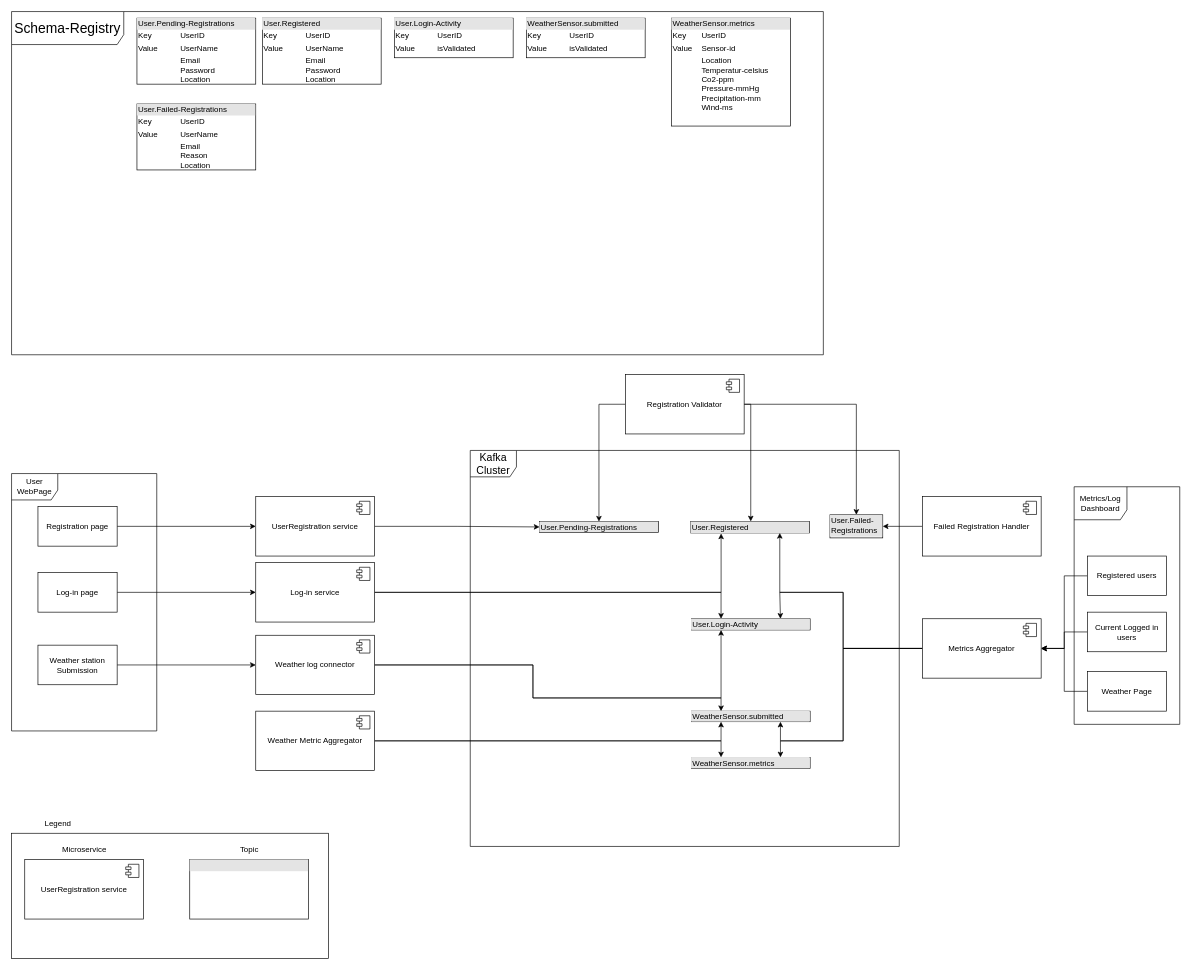
Before: architecture.drawio in OthelloEngineer/Kafka-traffic-dashboard-project, a draw.io diagram. Source tidied: cells renumbered, new cells numbered last; positions are measured from the earlier drawing's top-left corner, leaving out a move shared by most shapes. Both pictures are drawn from the tidied source at 66%, with x=0, y=0 at pixel (11, 11).
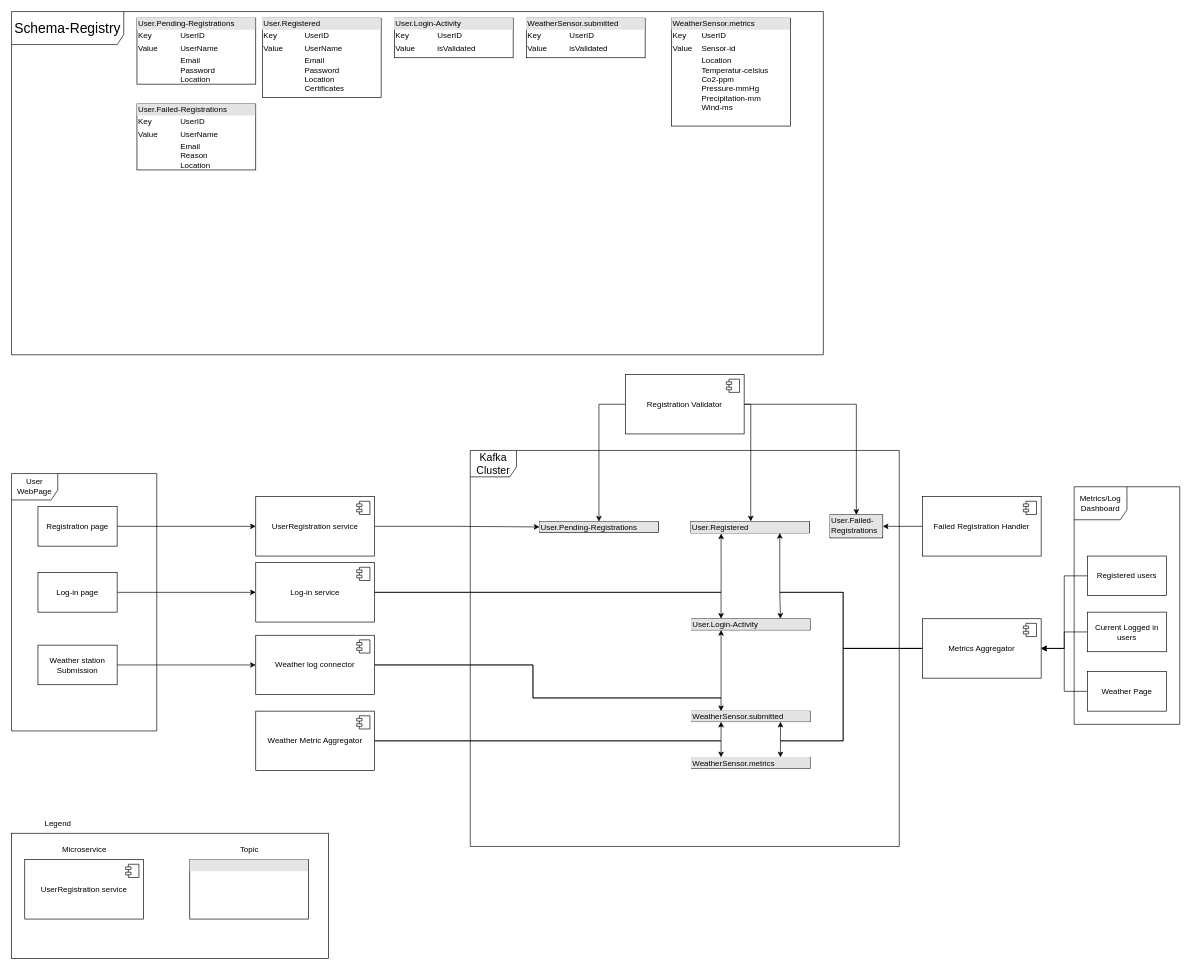
The same page after the edit.

Change to the diagram source:
```diff
@@
-    <mxCell id="60" value="&lt;div style=&quot;box-sizing:border-box;width:100%;background:#e4e4e4;padding:2px;&quot;&gt;User.Registered&lt;/div&gt;&lt;table style=&quot;width:100%;font-size:1em;&quot; cellpadding=&quot;2&quot; cellspacing=&quot;0&quot;&gt;&lt;tbody&gt;&lt;tr&gt;&lt;td&gt;Key&lt;/td&gt;&lt;td&gt;UserID&lt;/td&gt;&lt;/tr&gt;&lt;tr&gt;&lt;td&gt;Value&lt;/td&gt;&lt;td&gt;UserName&lt;/td&gt;&lt;/tr&gt;&lt;tr&gt;&lt;td&gt;&lt;/td&gt;&lt;td&gt;Email&lt;br&gt;Password&lt;br&gt;Location&lt;/td&gt;&lt;/tr&gt;&lt;/tbody&gt;&lt;/table&gt;" style="verticalAlign=top;align=left;overflow=fill;html=1;whiteSpace=wrap;strokeColor=default;" parent="1" vertex="1">
-      <mxGeometry x="380" y="10" width="180" height="100" as="geometry" />
+    <mxCell id="60" value="&lt;div style=&quot;box-sizing:border-box;width:100%;background:#e4e4e4;padding:2px;&quot;&gt;User.Registered&lt;/div&gt;&lt;table style=&quot;width:100%;font-size:1em;&quot; cellpadding=&quot;2&quot; cellspacing=&quot;0&quot;&gt;&lt;tbody&gt;&lt;tr&gt;&lt;td&gt;Key&lt;/td&gt;&lt;td&gt;UserID&lt;/td&gt;&lt;/tr&gt;&lt;tr&gt;&lt;td&gt;Value&lt;/td&gt;&lt;td&gt;UserName&lt;/td&gt;&lt;/tr&gt;&lt;tr&gt;&lt;td&gt;&lt;/td&gt;&lt;td&gt;Email&lt;br&gt;Password&lt;br&gt;Location&lt;br&gt;Certificates&lt;/td&gt;&lt;/tr&gt;&lt;/tbody&gt;&lt;/table&gt;" style="verticalAlign=top;align=left;overflow=fill;html=1;whiteSpace=wrap;strokeColor=default;" parent="1" vertex="1">
+      <mxGeometry x="380" y="10" width="180" height="120" as="geometry" />
     </mxCell>
```
